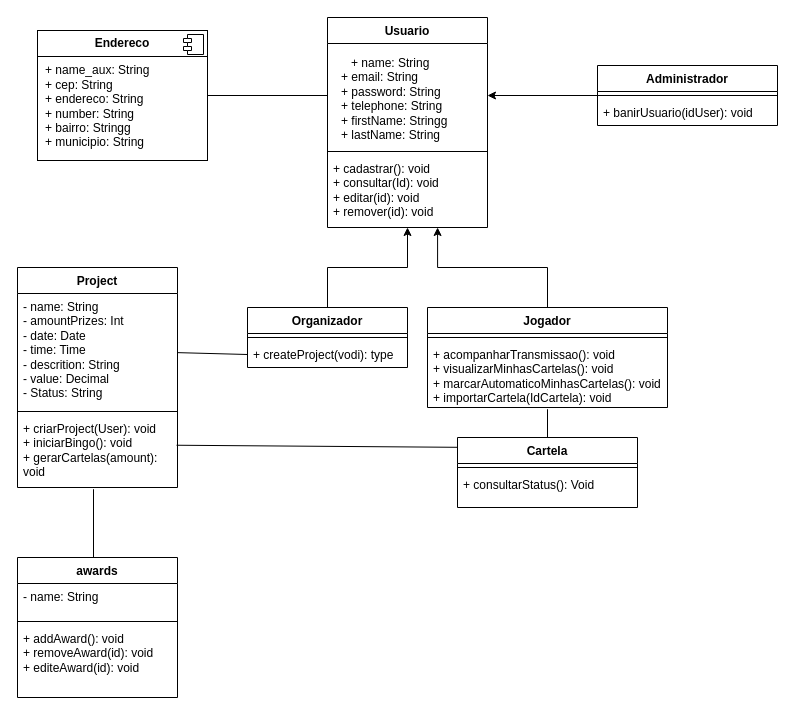
Earlier version of the draw.io diagram diagrama-classe.drawio (carvalhomaykon/bingo-facil). Source tidied: cells renumbered, new cells numbered last; positions are measured from the earlier drawing's top-left corner, leaving out a move shared by most shapes. Both pictures are drawn from the tidied source at 100%, with x=0, y=0 at pixel (17, 17).
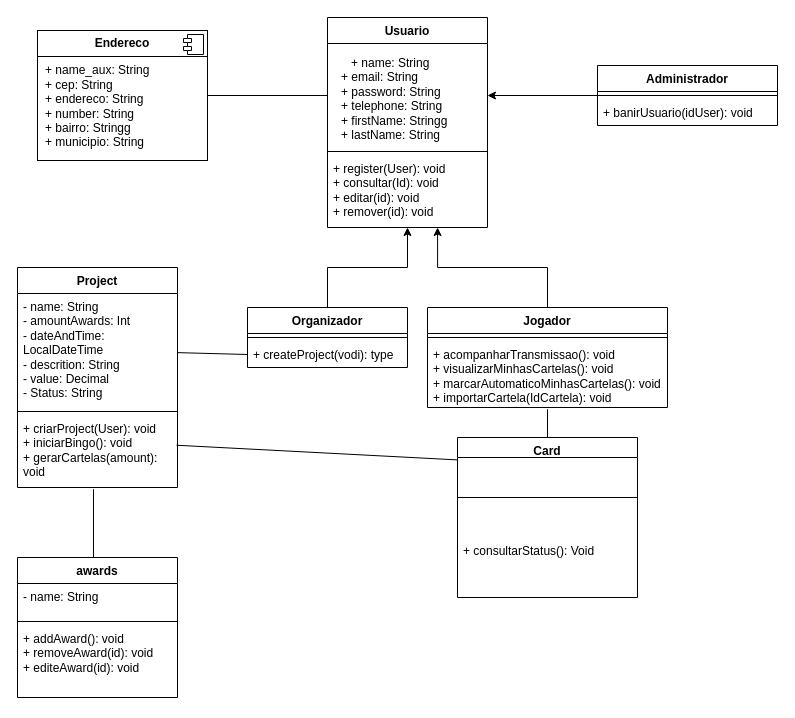
After the change.

Commit message (it also covers changes not shown here):
Disable spring secutiry and update diagram

Unchanged cells that the change refers to:
```xml
<mxCell id="7" value="Project" style="swimlane;fontStyle=1;align=center;verticalAlign=top;horizontal=1;startSize=26;whiteSpace=wrap;html=1;" parent="1" vertex="1">
  <mxGeometry y="250" width="160" height="220" as="geometry" />
</mxCell>
<mxCell id="24" value="Usuario" style="swimlane;fontStyle=1;align=center;verticalAlign=top;horizontal=1;startSize=26;whiteSpace=wrap;html=1;" parent="1" vertex="1">
  <mxGeometry x="310" width="160" height="210" as="geometry" />
</mxCell>
```

The edit, as a diff of the source:
```diff
@@
-    <mxCell id="8" value="- name: String&lt;div&gt;- amountPrizes: Int&lt;/div&gt;&lt;div&gt;- date: Date&lt;/div&gt;&lt;div&gt;- time: Time&lt;/div&gt;&lt;div&gt;- descrition: String&lt;/div&gt;&lt;div&gt;- value: Decimal&lt;/div&gt;&lt;div&gt;- Status: String&lt;/div&gt;" style="text;strokeColor=none;fillColor=none;align=left;verticalAlign=top;spacingLeft=4;spacingRight=4;overflow=hidden;points=[[0,0.5],[1,0.5]];portConstraint=eastwest;whiteSpace=wrap;html=1;" parent="7" vertex="1">
+    <mxCell id="8" value="- name: String&lt;div&gt;- amountAwards: Int&lt;/div&gt;&lt;div&gt;- dateAndTime: LocalDateTime&lt;/div&gt;&lt;div&gt;- descrition: String&lt;/div&gt;&lt;div&gt;- value: Decimal&lt;/div&gt;&lt;div&gt;- Status: String&lt;/div&gt;" style="text;strokeColor=none;fillColor=none;align=left;verticalAlign=top;spacingLeft=4;spacingRight=4;overflow=hidden;points=[[0,0.5],[1,0.5]];portConstraint=eastwest;whiteSpace=wrap;html=1;" parent="7" vertex="1">
       <mxGeometry y="26" width="160" height="114" as="geometry" />
     </mxCell>
@@
-    <mxCell id="19" value="Cartela" style="swimlane;fontStyle=1;align=center;verticalAlign=top;horizontal=1;startSize=26;whiteSpace=wrap;html=1;" parent="1" vertex="1">
-      <mxGeometry x="440" y="420" width="180" height="70" as="geometry" />
+    <mxCell id="19" value="Card" style="swimlane;fontStyle=1;align=center;verticalAlign=top;horizontal=1;startSize=20;whiteSpace=wrap;html=1;" parent="1" vertex="1">
+      <mxGeometry x="440" y="420" width="180" height="160" as="geometry" />
     </mxCell>
     <mxCell id="20" style="line;strokeWidth=1;fillColor=none;align=left;verticalAlign=middle;spacingTop=-1;spacingLeft=3;spacingRight=3;labelPosition=right;strokeColor=inherit;" parent="19" vertex="1">
-      <mxGeometry y="26" width="180" height="8" as="geometry" />
+      <mxGeometry y="20" width="180" height="80" as="geometry" />
     </mxCell>
     <mxCell id="21" value="+ consultarStatus(): Void" style="text;strokeColor=none;fillColor=none;align=left;verticalAlign=top;spacingLeft=4;spacingRight=4;overflow=hidden;whiteSpace=wrap;html=1;" parent="19" vertex="1">
-      <mxGeometry y="34" width="180" height="36" as="geometry" />
+      <mxGeometry y="100" width="180" height="60" as="geometry" />
     </mxCell>
@@
-    <mxCell id="27" value="+ cadastrar(): void&lt;div&gt;+ consultar(Id): void&lt;/div&gt;&lt;div&gt;+ editar(id): void&lt;/div&gt;&lt;div&gt;+ remover(id): void&lt;/div&gt;" style="text;strokeColor=none;fillColor=none;align=left;verticalAlign=top;spacingLeft=4;spacingRight=4;overflow=hidden;points=[[0,0.5],[1,0.5]];portConstraint=eastwest;whiteSpace=wrap;html=1;" parent="24" vertex="1">
+    <mxCell id="27" value="+ register(User): void&lt;div&gt;+ consultar(Id): void&lt;/div&gt;&lt;div&gt;+ editar(id): void&lt;/div&gt;&lt;div&gt;+ remover(id): void&lt;/div&gt;" style="text;strokeColor=none;fillColor=none;align=left;verticalAlign=top;spacingLeft=4;spacingRight=4;overflow=hidden;points=[[0,0.5],[1,0.5]];portConstraint=eastwest;whiteSpace=wrap;html=1;" parent="24" vertex="1">
       <mxGeometry y="138" width="160" height="72" as="geometry" />
     </mxCell>
```
